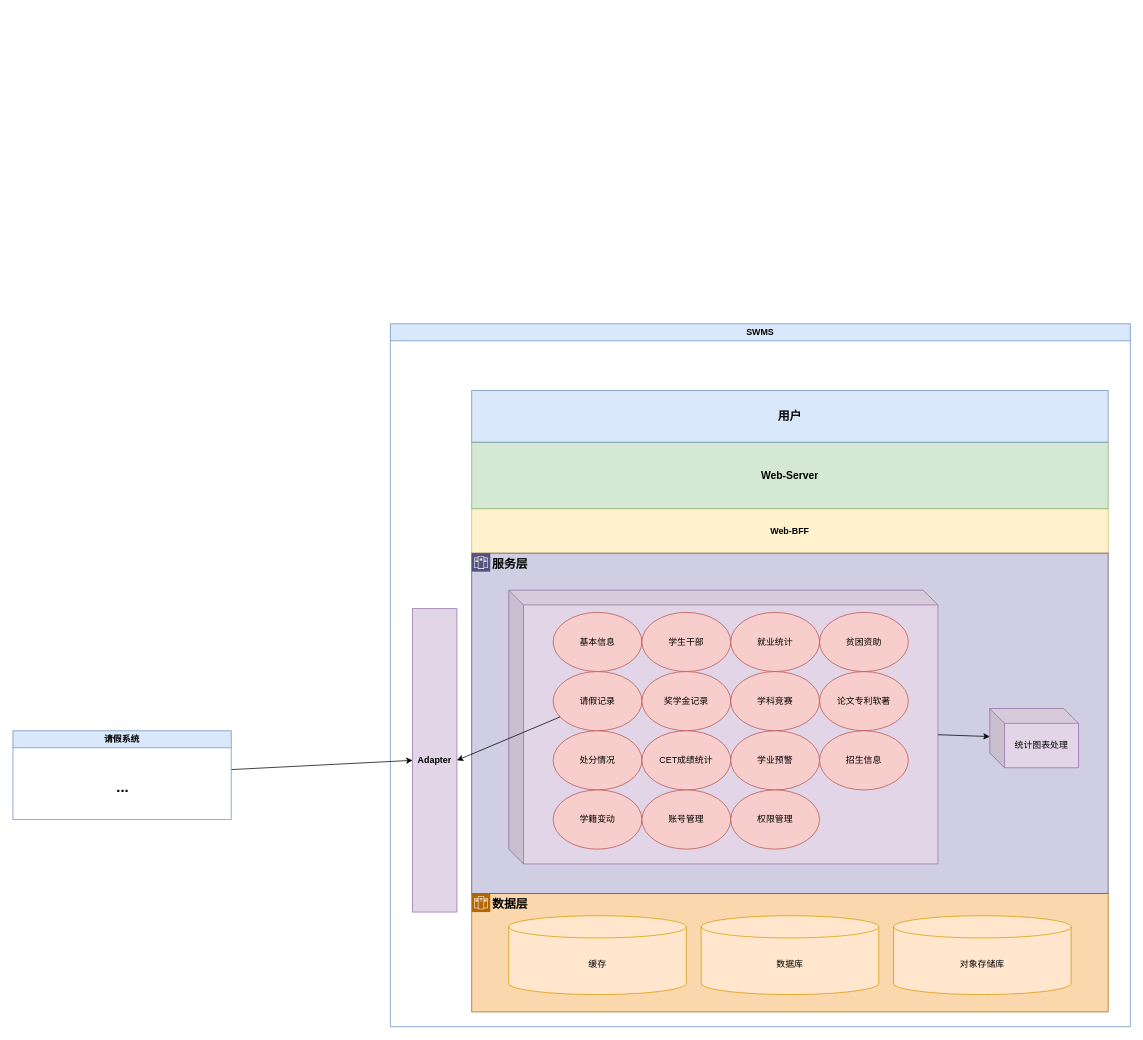
Earlier version of the draw.io diagram map/SWMS-archure.drawio (msqtt/Sources). Source tidied: cells renumbered, new cells numbered last; positions are measured from the earlier drawing's top-left corner, leaving out a move shared by most shapes. Both pictures are drawn from the tidied source at 74%, with x=0, y=0 at pixel (13, 323).
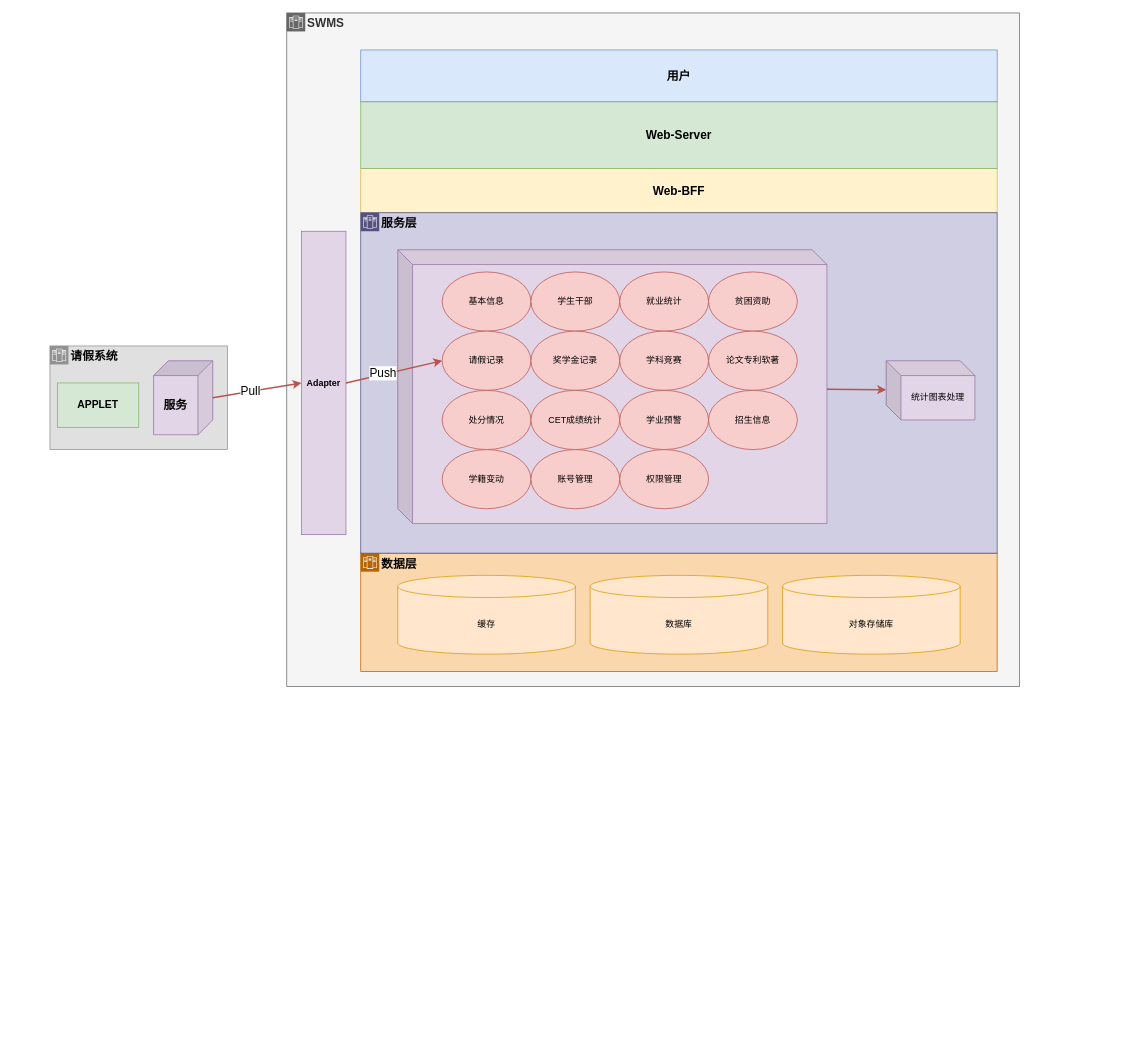
After the change.

Unchanged cells that the change refers to:
```xml
<mxCell id="14" style="shape=cube;whiteSpace=wrap;html=1;boundedLbl=1;backgroundOutline=1;darkOpacity=0.05;darkOpacity2=0.1;fontStyle=0;fillColor=#e1d5e7;strokeColor=#9673a6;" parent="13" vertex="1">
  <mxGeometry width="580" height="370" as="geometry" />
</mxCell>
<mxCell id="19" value="请假记录" style="ellipse;whiteSpace=wrap;html=1;fillColor=#f8cecc;strokeColor=#b85450;" parent="13" vertex="1">
  <mxGeometry x="60" y="110" width="120" height="80" as="geometry" />
</mxCell>
```

What changed in the source:
```diff
@@
-    <mxCell id="2" value="SWMS" style="swimlane;whiteSpace=wrap;html=1;fillColor=#dae8fc;strokeColor=#6c8ebf;swimlaneFillColor=none;rounded=0;shadow=0;glass=0;gradientColor=none;comic=0;separatorColor=none;noLabel=0;fixDash=0;backgroundOutline=0;fixedWidth=0;fillStyle=auto;" parent="1" vertex="1">
-      <mxGeometry x="510" width="1000" height="950" as="geometry" />
+    <mxCell id="2" value="&lt;b&gt;&lt;font style=&quot;font-size: 16px;&quot;&gt;SWMS&lt;/font&gt;&lt;/b&gt;" style="shape=mxgraph.ibm.box;prType=zone;fontStyle=0;verticalAlign=top;align=left;spacingLeft=32;spacingTop=4;rounded=0;whiteSpace=wrap;html=1;strokeWidth=1;dashed=0;spacing=-4;fillColor=#f5f5f5;fontColor=#333333;strokeColor=#666666;" parent="1" vertex="1">
+      <mxGeometry x="370" y="-420" width="990" height="910" as="geometry" />
     </mxCell>
-    <mxCell id="3" value="Adapter" style="rounded=0;whiteSpace=wrap;html=1;fontStyle=1;fillColor=#e1d5e7;strokeColor=#9673a6;" parent="2" vertex="1">
-      <mxGeometry x="30" y="385" width="60" height="410" as="geometry" />
-    </mxCell>
+    <mxCell id="36" style="group;" parent="2" vertex="1">
+      <mxGeometry x="100" y="50" width="860" height="840" as="geometry" />
+    </mxCell>
-    <mxCell id="4" value="Web-BFF" style="rounded=0;whiteSpace=wrap;html=1;fontStyle=1;fillColor=#fff2cc;strokeColor=#d6b656;" parent="2" vertex="1">
-      <mxGeometry x="110" y="250" width="860" height="60" as="geometry" />
+    <mxCell id="4" value="&lt;font style=&quot;font-size: 16px;&quot;&gt;Web-BFF&lt;/font&gt;" style="rounded=0;whiteSpace=wrap;html=1;fontStyle=1;fillColor=#fff2cc;strokeColor=#d6b656;" parent="36" vertex="1">
+      <mxGeometry y="160" width="860" height="60" as="geometry" />
     </mxCell>
-    <mxCell id="5" value="Web-Server" style="rounded=0;whiteSpace=wrap;html=1;fontStyle=1;fontSize=14;fillColor=#d5e8d4;strokeColor=#82b366;" parent="2" vertex="1">
-      <mxGeometry x="110" y="160" width="860" height="90" as="geometry" />
+    <mxCell id="5" value="&lt;font style=&quot;font-size: 16px;&quot;&gt;Web-Server&lt;/font&gt;" style="rounded=0;whiteSpace=wrap;html=1;fontStyle=1;fontSize=14;fillColor=#d5e8d4;strokeColor=#82b366;" parent="36" vertex="1">
+      <mxGeometry y="70" width="860" height="90" as="geometry" />
     </mxCell>
-    <mxCell id="6" value="用户" style="rounded=0;whiteSpace=wrap;html=1;fontSize=16;fontStyle=1;fillColor=#dae8fc;strokeColor=#6c8ebf;" parent="2" vertex="1">
-      <mxGeometry x="110" y="90" width="860" height="70" as="geometry" />
+    <mxCell id="6" value="用户" style="rounded=0;whiteSpace=wrap;html=1;fontSize=16;fontStyle=1;fillColor=#dae8fc;strokeColor=#6c8ebf;" parent="36" vertex="1">
+      <mxGeometry width="860" height="70" as="geometry" />
     </mxCell>
-    <mxCell id="7" style="group;" parent="2" vertex="1">
-      <mxGeometry x="110" y="770" width="860" height="160" as="geometry" />
+    <mxCell id="7" style="group;" parent="36" vertex="1">
+      <mxGeometry y="680" width="860" height="160" as="geometry" />
     </mxCell>
@@
-    <mxCell id="12" value="&lt;font size=&quot;1&quot;&gt;&lt;b style=&quot;font-size: 16px;&quot;&gt;服务层&lt;/b&gt;&lt;/font&gt;" style="shape=mxgraph.ibm.box;prType=zone;fontStyle=0;verticalAlign=top;align=left;spacingLeft=32;spacingTop=4;fillColor=#d0cee2;rounded=0;whiteSpace=wrap;html=1;strokeColor=#56517e;strokeWidth=1;dashed=0;spacing=-4;" parent="2" vertex="1">
-      <mxGeometry x="110" y="310" width="860" height="460" as="geometry" />
+    <mxCell id="12" value="&lt;font size=&quot;1&quot;&gt;&lt;b style=&quot;font-size: 16px;&quot;&gt;服务层&lt;/b&gt;&lt;/font&gt;" style="shape=mxgraph.ibm.box;prType=zone;fontStyle=0;verticalAlign=top;align=left;spacingLeft=32;spacingTop=4;fillColor=#d0cee2;rounded=0;whiteSpace=wrap;html=1;strokeColor=#56517e;strokeWidth=1;dashed=0;spacing=-4;" parent="36" vertex="1">
+      <mxGeometry y="220" width="860" height="460" as="geometry" />
     </mxCell>
@@
     <mxCell id="30" value="统计图表处理" style="shape=cube;whiteSpace=wrap;html=1;boundedLbl=1;backgroundOutline=1;darkOpacity=0.05;darkOpacity2=0.1;fontStyle=0;fillColor=#e1d5e7;strokeColor=#9673a6;" parent="12" vertex="1">
-      <mxGeometry x="700" y="210" width="120" height="80" as="geometry" />
+      <mxGeometry x="710" y="200" width="120" height="80" as="geometry" />
     </mxCell>
-    <mxCell id="31" style="rounded=0;jettySize=auto;html=1;" parent="12" edge="1" source="14" target="30">
+    <mxCell id="31" style="rounded=0;jettySize=auto;html=1;strokeWidth=2;fillColor=#f8cecc;strokeColor=#b85450;" parent="12" edge="1" source="14" target="30">
       <mxGeometry relative="1" as="geometry" />
     </mxCell>
+    <mxCell id="3" value="Adapter" style="rounded=0;whiteSpace=wrap;html=1;fontStyle=1;fillColor=#e1d5e7;strokeColor=#9673a6;" parent="2" vertex="1">
+      <mxGeometry x="20" y="295" width="60" height="410" as="geometry" />
+    </mxCell>
-    <mxCell id="32" style="rounded=0;jettySize=auto;html=1;entryX=1;entryY=0.5;entryDx=0;entryDy=0;" parent="2" edge="1" source="19" target="3">
+    <mxCell id="32" style="rounded=0;jettySize=auto;html=1;entryX=0;entryY=0.5;entryDx=0;entryDy=0;strokeWidth=2;fillColor=#f8cecc;strokeColor=#b85450;exitX=1;exitY=0.5;exitDx=0;exitDy=0;fontSize=16;" parent="2" edge="1" source="3" target="19">
       <mxGeometry relative="1" as="geometry" />
     </mxCell>
-    <mxCell id="33" style="rounded=0;jettySize=auto;html=1;entryX=0;entryY=0.5;entryDx=0;entryDy=0;" parent="1" edge="1" source="34" target="3">
-      <mxGeometry relative="1" as="geometry" />
-    </mxCell>
+    <mxCell id="37" value="&lt;font style=&quot;font-size: 16px;&quot;&gt;Push&lt;/font&gt;" style="edgeLabel;html=1;align=center;verticalAlign=middle;" parent="32" vertex="1">
+      <mxGeometry x="-0.24" y="2" relative="1" as="geometry" />
+    </mxCell>
-    <mxCell id="34" value="请假系统" style="swimlane;whiteSpace=wrap;html=1;fillColor=#dae8fc;strokeColor=#6c8ebf;" parent="1" vertex="1">
-      <mxGeometry y="550" width="295" height="120" as="geometry" />
+    <mxCell id="34" value="&lt;font style=&quot;font-size: 16px;&quot;&gt;&lt;b&gt;请假系统&lt;/b&gt;&lt;/font&gt;" style="shape=mxgraph.ibm.box;prType=zone;fontStyle=0;verticalAlign=top;align=left;spacingLeft=32;spacingTop=4;fillColor=#E0E0E0;rounded=0;whiteSpace=wrap;html=1;strokeColor=#919191;strokeWidth=1;dashed=0;spacing=-4;" parent="1" vertex="1">
+      <mxGeometry x="50" y="30" width="240" height="140" as="geometry" />
     </mxCell>
-    <mxCell id="35" value="&lt;b&gt;&lt;font style=&quot;font-size: 20px;&quot;&gt;...&lt;/font&gt;&lt;/b&gt;" style="text;html=1;align=center;verticalAlign=middle;strokeColor=none;fillColor=none;" parent="34" vertex="1">
-      <mxGeometry x="127.5" y="55" width="40" height="40" as="geometry" />
-    </mxCell>
+    <mxCell id="38" value="&lt;b style=&quot;font-size: 16px;&quot;&gt;服务&lt;br&gt;&lt;/b&gt;" style="shape=cube;whiteSpace=wrap;html=1;boundedLbl=1;backgroundOutline=1;darkOpacity=0.05;darkOpacity2=0.1;fontStyle=0;fillColor=#e1d5e7;strokeColor=#9673a6;direction=south;" parent="34" vertex="1">
+      <mxGeometry x="140" y="20" width="80" height="100" as="geometry" />
+    </mxCell>
+    <mxCell id="39" value="APPLET" style="rounded=0;whiteSpace=wrap;html=1;fontStyle=1;fontSize=14;fillColor=#d5e8d4;strokeColor=#82b366;" parent="34" vertex="1">
+      <mxGeometry x="10" y="50" width="110" height="60" as="geometry" />
+    </mxCell>
+    <mxCell id="40" style="rounded=0;jettySize=auto;html=1;entryX=0;entryY=0.5;entryDx=0;entryDy=0;strokeWidth=2;fillColor=#f8cecc;strokeColor=#b85450;exitX=0;exitY=0;exitDx=50;exitDy=0;exitPerimeter=0;" parent="1" edge="1" source="38" target="3">
+      <mxGeometry relative="1" as="geometry" />
+    </mxCell>
+    <mxCell id="41" value="&lt;font style=&quot;font-size: 16px;&quot;&gt;Pull&lt;/font&gt;" style="edgeLabel;html=1;align=center;verticalAlign=middle;" parent="40" vertex="1">
+      <mxGeometry x="-0.12" y="-3" relative="1" as="geometry">
+        <mxPoint x="-3" y="-4" as="offset" />
+      </mxGeometry>
+    </mxCell>
```
